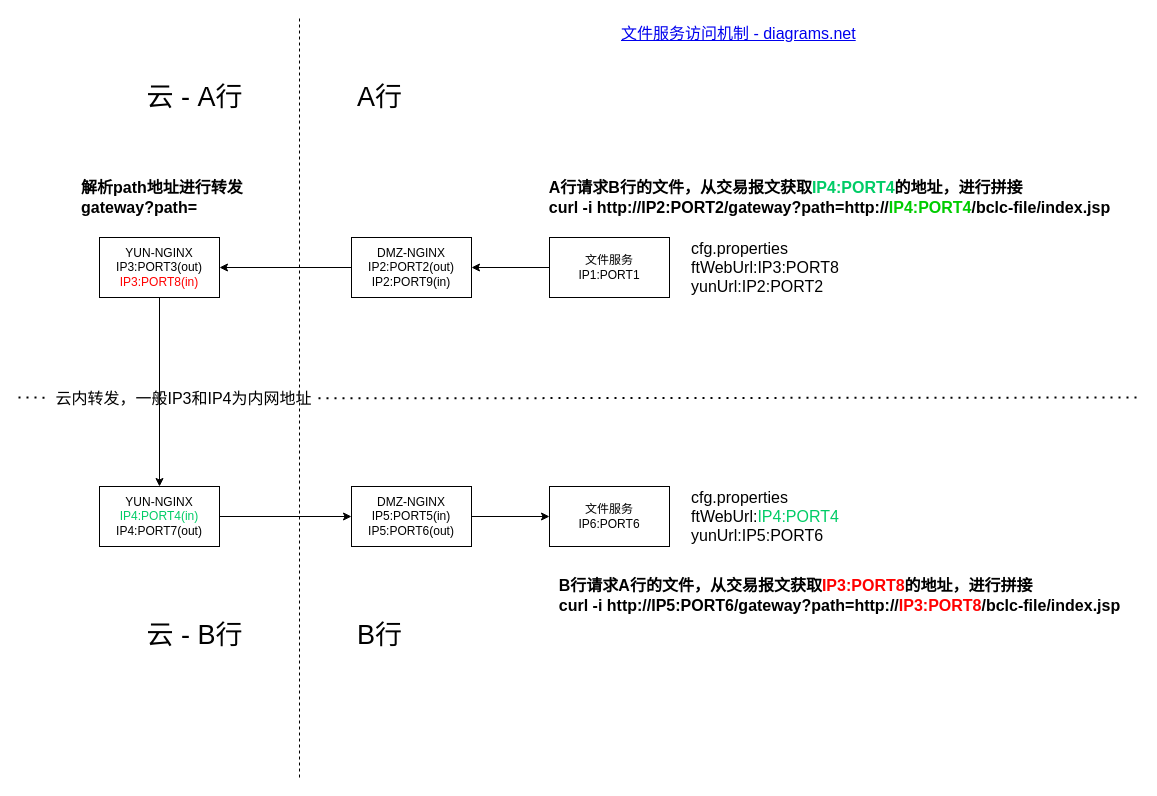
Earlier version of the draw.io diagram 文件服务访问机制.drawio (xlosove/other). Source tidied: cells renumbered, new cells numbered last; positions are measured from the earlier drawing's top-left corner, leaving out a move shared by most shapes. Both pictures are drawn from the tidied source at 100%, with x=0, y=0 at pixel (18, 17).
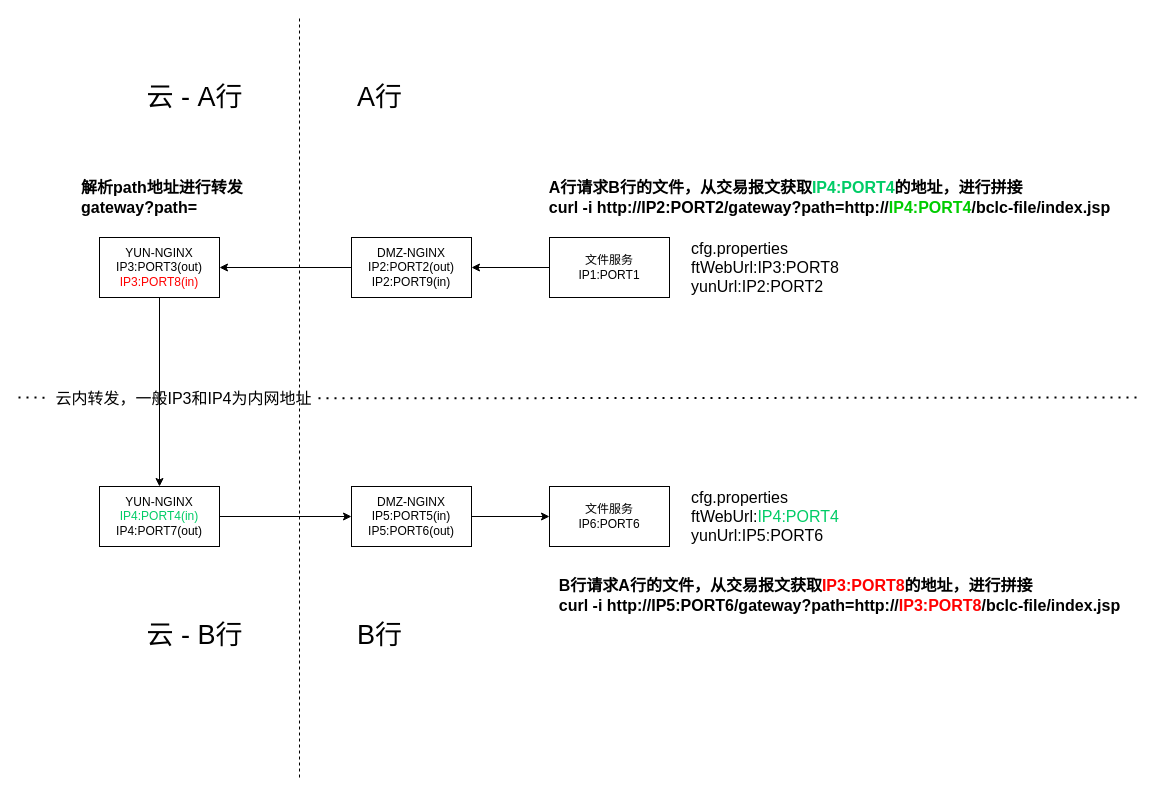
The same diagram, later.

Commit message:
Update 文件服务访问机制.drawio

What changed in the source:
```diff
@@
-    <mxCell id="24" value="&lt;a href=&quot;https://app.diagrams.net/&quot;&gt;文件服务访问机制 - diagrams.net&lt;/a&gt;" style="text;whiteSpace=wrap;html=1;fontSize=16;fontColor=#000000;" parent="1" vertex="1">
-      <mxGeometry x="601" width="260" height="30" as="geometry" />
-    </mxCell>
```
